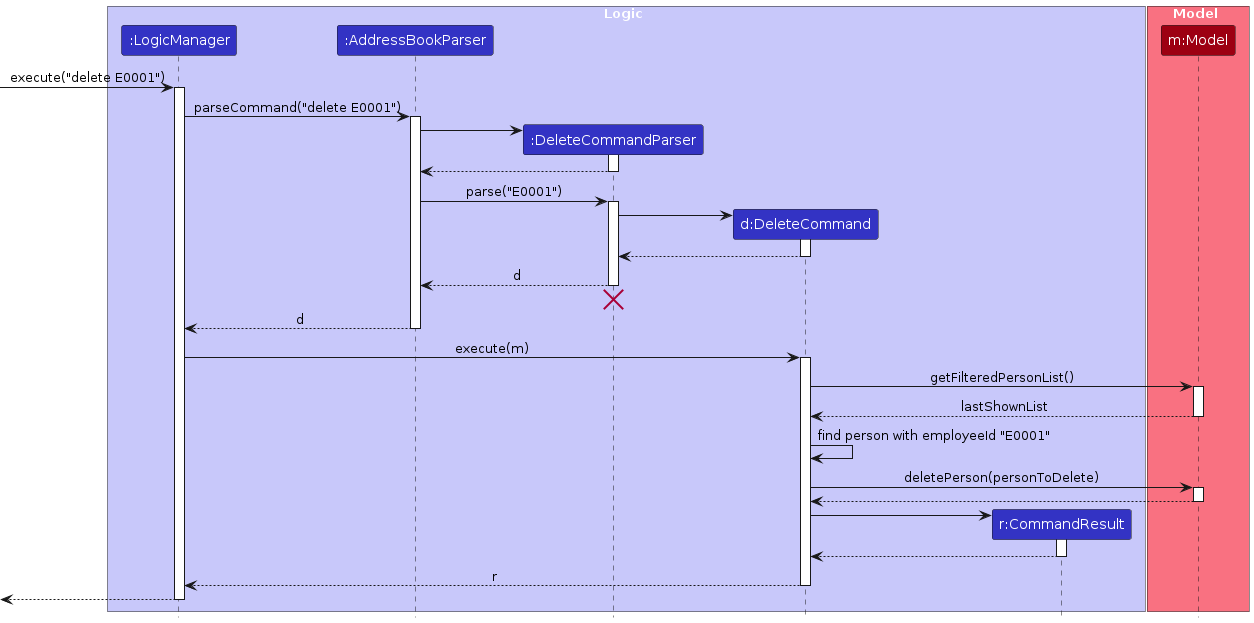
The PlantUML diagram diagrams/DeleteSequenceDiagram.png in AY2526S1-CS2103-F12-1/tp, before a commit. Its source is kept beside it as diagrams/DeleteSequenceDiagram.puml.
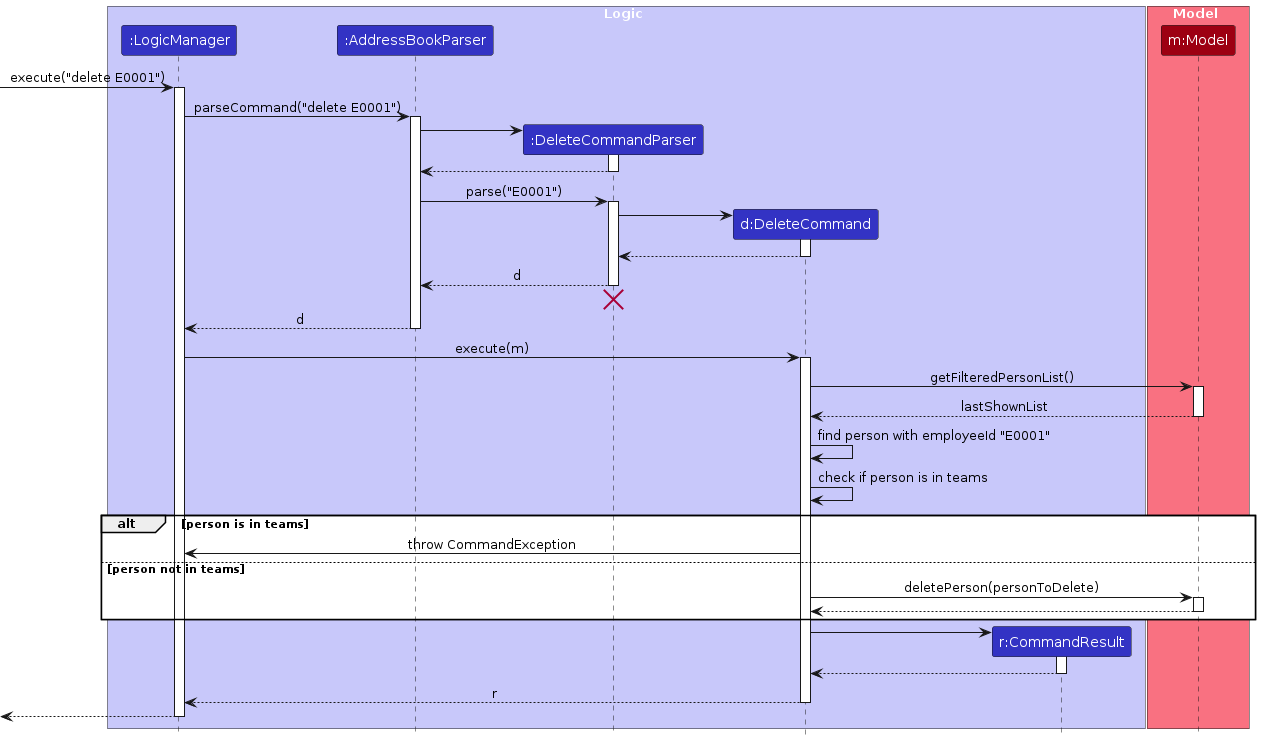
The same diagram one commit later.

What changed in the source:
```diff
@@ -55,11 +55,16 @@
 
 DeleteCommand -> DeleteCommand : find person with employeeId "E0001"
 
-DeleteCommand -> Model : deletePerson(personToDelete)
-activate Model
+DeleteCommand -> DeleteCommand : check if person is in teams
+alt person is in teams
+    DeleteCommand -> LogicManager : throw CommandException
+else person not in teams
+    DeleteCommand -> Model : deletePerson(personToDelete)
+    activate Model
 
-Model --> DeleteCommand
-deactivate Model
+    Model --> DeleteCommand
+    deactivate Model
+end
 
 create CommandResult
 DeleteCommand -> CommandResult
```
